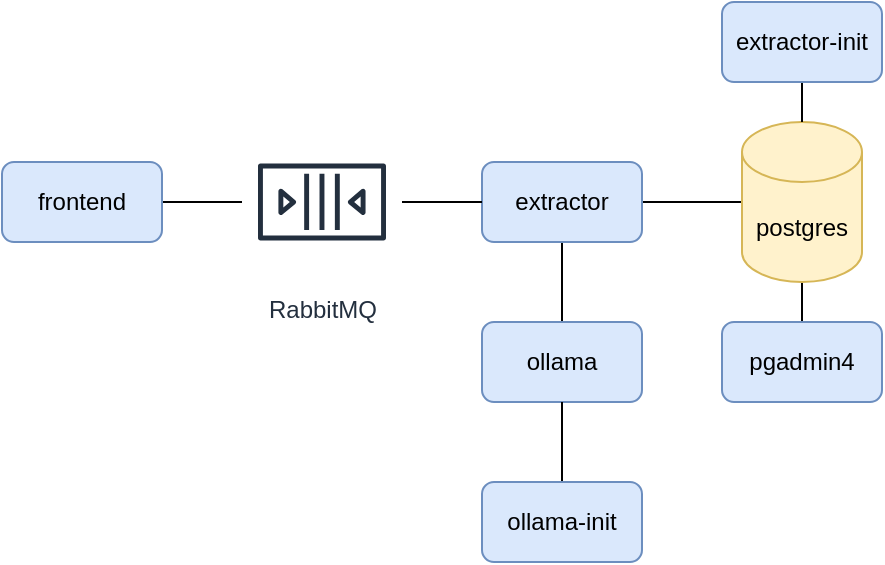
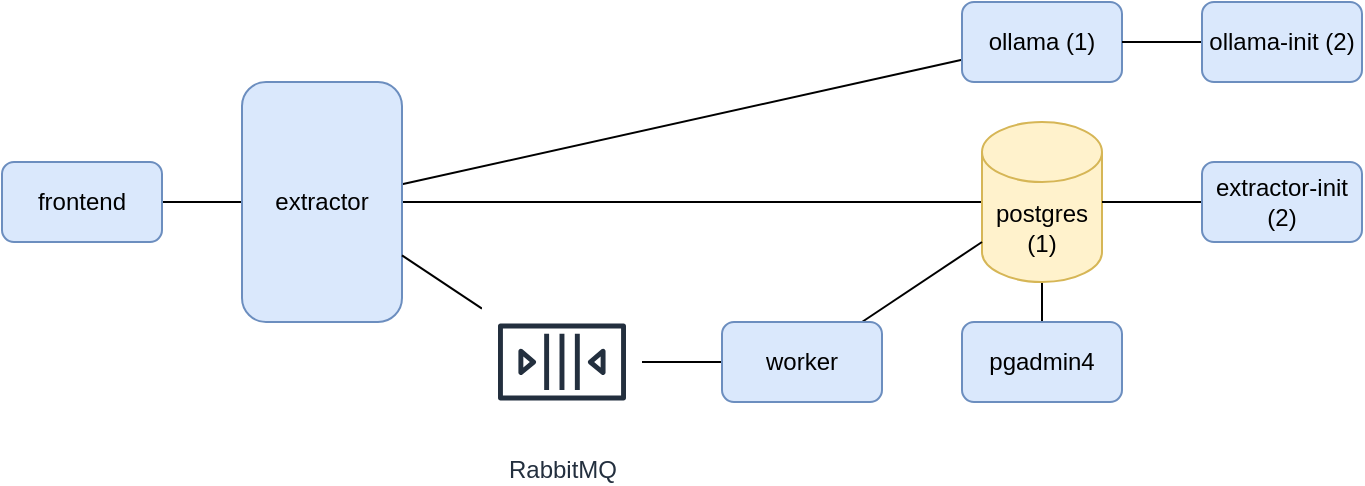
<mxfile host="65bd71144e">
    <diagram id="b4l8AiMKVdJLUvFwLziP" name="Page-1">
-         <mxGraphModel dx="597" dy="561" grid="1" gridSize="10" guides="0" tooltips="1" connect="1" arrows="1" fold="1" page="1" pageScale="1" pageWidth="850" pageHeight="1100" math="0" shadow="0">
+         <mxGraphModel dx="875" dy="395" grid="1" gridSize="10" guides="0" tooltips="1" connect="1" arrows="1" fold="1" page="1" pageScale="1" pageWidth="850" pageHeight="1100" math="0" shadow="0">
            <root>
                <mxCell id="0"/>
                <mxCell id="1" parent="0"/>
                <mxCell id="4" style="edgeStyle=none;html=1;endArrow=none;endFill=0;" parent="1" source="2" target="3" edge="1">
                    <mxGeometry relative="1" as="geometry"/>
                </mxCell>
                <mxCell id="6" style="edgeStyle=none;html=1;endArrow=none;endFill=0;" parent="1" source="2" target="5" edge="1">
                    <mxGeometry relative="1" as="geometry"/>
                </mxCell>
-                 <mxCell id="31" value="" style="edgeStyle=none;html=1;endArrow=none;endFill=0;" parent="1" source="37" target="30" edge="1">
+                 <mxCell id="31" value="" style="edgeStyle=none;html=1;endArrow=none;endFill=0;" parent="1" source="2" target="30" edge="1">
                    <mxGeometry relative="1" as="geometry"/>
                </mxCell>
                <mxCell id="2" value="extractor" style="rounded=1;whiteSpace=wrap;html=1;fillColor=#dae8fc;strokeColor=#6c8ebf;" parent="1" vertex="1">
-                     <mxGeometry x="240" y="200" width="80" height="40" as="geometry"/>
+                     <mxGeometry x="280" y="120" width="80" height="120" as="geometry"/>
                </mxCell>
-                 <mxCell id="3" value="ollama" style="rounded=1;whiteSpace=wrap;html=1;fillColor=#dae8fc;strokeColor=#6c8ebf;" parent="1" vertex="1">
-                     <mxGeometry x="240" y="280" width="80" height="40" as="geometry"/>
+                 <mxCell id="3" value="ollama (1)" style="rounded=1;whiteSpace=wrap;html=1;fillColor=#dae8fc;strokeColor=#6c8ebf;" parent="1" vertex="1">
+                     <mxGeometry x="640" y="80" width="80" height="40" as="geometry"/>
                </mxCell>
                <mxCell id="8" style="edgeStyle=none;html=1;endArrow=none;endFill=0;" parent="1" source="5" target="7" edge="1">
                    <mxGeometry relative="1" as="geometry"/>
                </mxCell>
-                 <mxCell id="5" value="postgres" style="shape=cylinder3;whiteSpace=wrap;html=1;boundedLbl=1;backgroundOutline=1;size=15;fillColor=#fff2cc;strokeColor=#d6b656;" parent="1" vertex="1">
-                     <mxGeometry x="370" y="180" width="60" height="80" as="geometry"/>
+                 <mxCell id="5" value="postgres (1)" style="shape=cylinder3;whiteSpace=wrap;html=1;boundedLbl=1;backgroundOutline=1;size=15;fillColor=#fff2cc;strokeColor=#d6b656;" parent="1" vertex="1">
+                     <mxGeometry x="650" y="140" width="60" height="80" as="geometry"/>
                </mxCell>
                <mxCell id="7" value="pgadmin4" style="rounded=1;whiteSpace=wrap;html=1;fillColor=#dae8fc;strokeColor=#6c8ebf;" parent="1" vertex="1">
-                     <mxGeometry x="360" y="280" width="80" height="40" as="geometry"/>
+                     <mxGeometry x="640" y="240" width="80" height="40" as="geometry"/>
                </mxCell>
                <mxCell id="30" value="frontend" style="rounded=1;whiteSpace=wrap;html=1;fillColor=#dae8fc;strokeColor=#6c8ebf;" parent="1" vertex="1">
-                     <mxGeometry y="200" width="80" height="40" as="geometry"/>
+                     <mxGeometry x="160" y="160" width="80" height="40" as="geometry"/>
                </mxCell>
                <mxCell id="33" style="edgeStyle=none;html=1;endArrow=none;endFill=0;" parent="1" source="32" target="5" edge="1">
                    <mxGeometry relative="1" as="geometry"/>
                </mxCell>
-                 <mxCell id="32" value="extractor-init" style="rounded=1;whiteSpace=wrap;html=1;fillColor=#dae8fc;strokeColor=#6c8ebf;" parent="1" vertex="1">
-                     <mxGeometry x="360" y="120" width="80" height="40" as="geometry"/>
+                 <mxCell id="32" value="extractor-init (2)" style="rounded=1;whiteSpace=wrap;html=1;fillColor=#dae8fc;strokeColor=#6c8ebf;" parent="1" vertex="1">
+                     <mxGeometry x="760" y="160" width="80" height="40" as="geometry"/>
                </mxCell>
                <mxCell id="35" style="edgeStyle=none;html=1;endArrow=none;endFill=0;" parent="1" source="34" target="3" edge="1">
                    <mxGeometry relative="1" as="geometry"/>
                </mxCell>
-                 <mxCell id="34" value="ollama-init" style="rounded=1;whiteSpace=wrap;html=1;fillColor=#dae8fc;strokeColor=#6c8ebf;" parent="1" vertex="1">
-                     <mxGeometry x="240" y="360" width="80" height="40" as="geometry"/>
+                 <mxCell id="34" value="ollama-init (2)" style="rounded=1;whiteSpace=wrap;html=1;fillColor=#dae8fc;strokeColor=#6c8ebf;" parent="1" vertex="1">
+                     <mxGeometry x="760" y="80" width="80" height="40" as="geometry"/>
                </mxCell>
-                 <mxCell id="38" style="edgeStyle=none;html=1;endArrow=none;endFill=0;" edge="1" parent="1" source="37" target="2">
+                 <mxCell id="38" style="edgeStyle=none;html=1;endArrow=none;endFill=0;" parent="1" source="37" target="2" edge="1">
                    <mxGeometry relative="1" as="geometry"/>
                </mxCell>
-                 <mxCell id="37" value="RabbitMQ" style="sketch=0;outlineConnect=0;fontColor=#232F3E;gradientColor=none;strokeColor=#232F3E;fillColor=#ffffff;dashed=0;verticalLabelPosition=bottom;verticalAlign=top;align=center;html=1;fontSize=12;fontStyle=0;aspect=fixed;shape=mxgraph.aws4.resourceIcon;resIcon=mxgraph.aws4.queue;" vertex="1" parent="1">
-                     <mxGeometry x="120" y="180" width="80" height="80" as="geometry"/>
+                 <mxCell id="37" value="RabbitMQ" style="sketch=0;outlineConnect=0;fontColor=#232F3E;gradientColor=none;strokeColor=#232F3E;fillColor=#ffffff;dashed=0;verticalLabelPosition=bottom;verticalAlign=top;align=center;html=1;fontSize=12;fontStyle=0;aspect=fixed;shape=mxgraph.aws4.resourceIcon;resIcon=mxgraph.aws4.queue;" parent="1" vertex="1">
+                     <mxGeometry x="400" y="220" width="80" height="80" as="geometry"/>
+                 </mxCell>
+                 <mxCell id="40" style="edgeStyle=none;html=1;endArrow=none;endFill=0;" parent="1" source="39" target="37" edge="1">
+                     <mxGeometry relative="1" as="geometry"/>
+                 </mxCell>
+                 <mxCell id="41" style="edgeStyle=none;html=1;endArrow=none;endFill=0;" parent="1" source="39" target="5" edge="1">
+                     <mxGeometry relative="1" as="geometry"/>
+                 </mxCell>
+                 <mxCell id="39" value="worker" style="rounded=1;whiteSpace=wrap;html=1;fillColor=#dae8fc;strokeColor=#6c8ebf;" parent="1" vertex="1">
+                     <mxGeometry x="520" y="240" width="80" height="40" as="geometry"/>
                </mxCell>
            </root>
        </mxGraphModel>
    </diagram>
</mxfile>